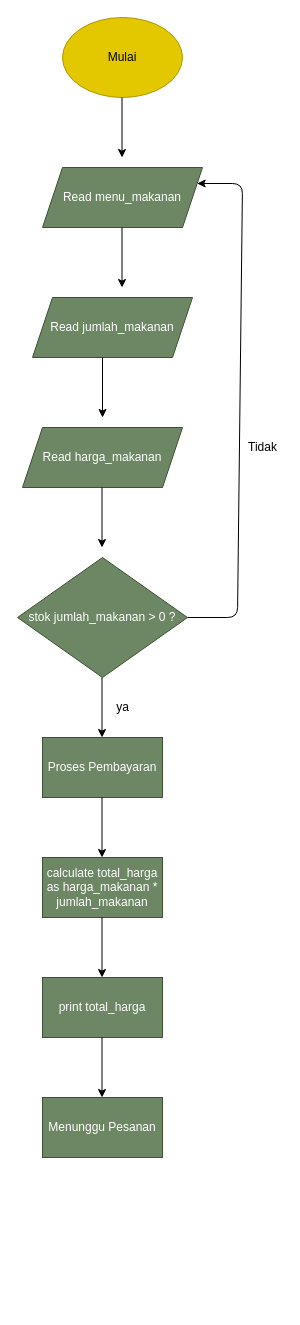
Above: flowchart-fe2848059.drawio in gabryella-apriani-sinaga/Gabryella_Apriani_Sinaga-Order_Makanan_via_Online (draw.io), before the change. Source tidied: cells renumbered, new cells numbered last; positions are measured from the earlier drawing's top-left corner, leaving out a move shared by most shapes. Both pictures are drawn from the tidied source at 100%, with x=0, y=0 at pixel (17, 17).
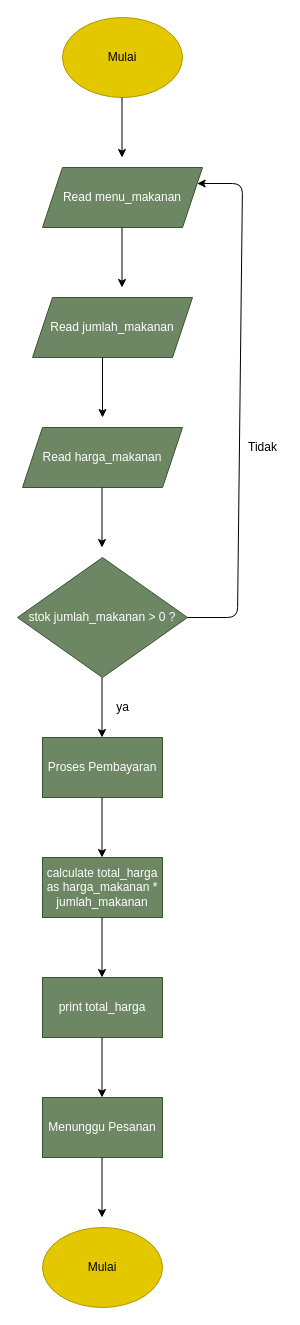
After the change.

Commit message:
make end state

Change to the diagram source:
```diff
@@
+    <mxCell id="22" style="endArrow=classic;html=1;" parent="1" edge="1">
+      <mxGeometry relative="1" as="geometry">
+        <mxPoint x="84.5" y="1140" as="sourcePoint" />
+        <mxPoint x="84.5" y="1200" as="targetPoint" />
+      </mxGeometry>
+    </mxCell>
+    <mxCell id="23" value="Mulai" style="ellipse;whiteSpace=wrap;html=1;fillColor=#e3c800;fontColor=#000000;strokeColor=#B09500;" parent="1" vertex="1">
+      <mxGeometry x="25" y="1210" width="120" height="80" as="geometry" />
+    </mxCell>
```
